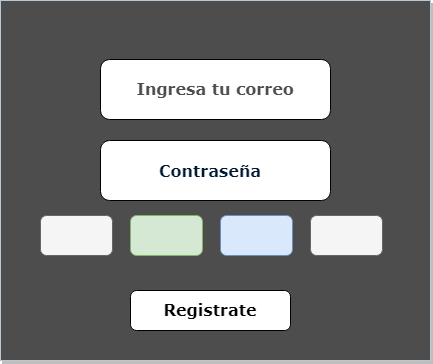
Sir-Ryu/Grupo-3 keeps this draw.io diagram as wireframe/login_DH_Venture_Capitals.png. Above is the earlier version. Source tidied: cells renumbered, new cells last; positions are measured from the earlier drawing's top-left corner, leaving out a move shared by most shapes.
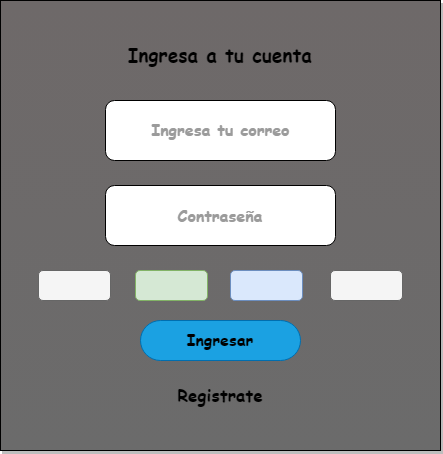
The same file after the commit.

What changed in the source:
```diff
@@ -2,20 +2,20 @@
   <root>
     <mxCell id="0" />
     <mxCell id="1" parent="0" />
-    <mxCell id="2" style="rounded=0;whiteSpace=wrap;html=1;fontSize=16;labelBackgroundColor=none;fillColor=#4D4D4D;strokeColor=#BAC8D3;fontColor=#EEEEEE;glass=0;shadow=1;" parent="1" vertex="1">
-      <mxGeometry width="430" height="360" as="geometry" />
+    <mxCell id="2" style="rounded=0;whiteSpace=wrap;html=1;fontSize=16;labelBackgroundColor=none;fillColor=#6b6b6b;strokeColor=default;fontColor=#EEEEEE;glass=0;shadow=1;gradientColor=#6E6969;gradientDirection=north;" parent="1" vertex="1">
+      <mxGeometry width="440" height="450" as="geometry" />
     </mxCell>
     <mxCell id="3" style="rounded=1;whiteSpace=wrap;html=1;fontSize=16;labelBackgroundColor=none;fillColor=#f5f5f5;fontColor=#333333;strokeColor=#666666;" parent="1" vertex="1">
-      <mxGeometry x="40" y="215" width="72" height="40" as="geometry" />
+      <mxGeometry x="38" y="270" width="72" height="30" as="geometry" />
     </mxCell>
     <mxCell id="4" style="rounded=1;whiteSpace=wrap;html=1;fontSize=16;labelBackgroundColor=none;fillColor=#d5e8d4;strokeColor=#82b366;" parent="1" vertex="1">
-      <mxGeometry x="130" y="215" width="72" height="40" as="geometry" />
+      <mxGeometry x="135" y="270" width="72" height="30" as="geometry" />
     </mxCell>
     <mxCell id="5" style="rounded=1;whiteSpace=wrap;html=1;fontSize=16;labelBackgroundColor=none;fillColor=#dae8fc;strokeColor=#6c8ebf;" parent="1" vertex="1">
-      <mxGeometry x="220" y="215" width="72" height="40" as="geometry" />
+      <mxGeometry x="230" y="270" width="72" height="30" as="geometry" />
     </mxCell>
     <mxCell id="6" style="rounded=1;whiteSpace=wrap;html=1;fontSize=16;labelBackgroundColor=none;fillColor=#f5f5f5;fontColor=#333333;strokeColor=#666666;" parent="1" vertex="1">
-      <mxGeometry x="310" y="215" width="72" height="40" as="geometry" />
+      <mxGeometry x="330" y="270" width="72" height="30" as="geometry" />
     </mxCell>
     <mxCell id="7" style="edgeStyle=none;curved=1;rounded=0;orthogonalLoop=1;jettySize=auto;html=1;exitX=0.5;exitY=0;exitDx=0;exitDy=0;fontSize=12;startSize=8;endSize=8;labelBackgroundColor=none;strokeColor=#0B4D6A;fontColor=default;" parent="1" edge="1">
       <mxGeometry relative="1" as="geometry">
@@ -24,19 +24,25 @@
       </mxGeometry>
     </mxCell>
     <mxCell id="8" style="rounded=1;whiteSpace=wrap;html=1;fontSize=16;fontFamily=Georgia;" parent="1" vertex="1">
-      <mxGeometry x="100" y="59" width="230" height="60" as="geometry" />
+      <mxGeometry x="105" y="100" width="230" height="60" as="geometry" />
     </mxCell>
     <mxCell id="9" style="rounded=1;whiteSpace=wrap;html=1;fontSize=16;" parent="1" vertex="1">
-      <mxGeometry x="100" y="140" width="230" height="60" as="geometry" />
+      <mxGeometry x="105" y="185" width="230" height="60" as="geometry" />
     </mxCell>
-    <mxCell id="10" value="&lt;font face=&quot;Verdana&quot;&gt;Ingresa tu correo&lt;/font&gt;" style="text;strokeColor=none;fillColor=none;html=1;align=center;verticalAlign=middle;whiteSpace=wrap;rounded=0;fontSize=16;fontColor=#4D4D4D;fontStyle=1;" parent="1" vertex="1">
-      <mxGeometry x="110" y="74" width="210" height="30" as="geometry" />
+    <mxCell id="10" value="&lt;font face=&quot;Comic Sans MS&quot;&gt;Ingresa tu correo&lt;/font&gt;" style="text;strokeColor=none;fillColor=none;html=1;align=center;verticalAlign=middle;rounded=0;fontSize=16;fontColor=#9b9b9b;fontStyle=1;labelBorderColor=none;labelBackgroundColor=default;" parent="1" vertex="1">
+      <mxGeometry x="115" y="115" width="210" height="30" as="geometry" />
     </mxCell>
-    <mxCell id="11" value="&lt;font color=&quot;#001933&quot;&gt;Contraseña&lt;/font&gt;" style="text;strokeColor=none;fillColor=none;html=1;align=center;verticalAlign=middle;whiteSpace=wrap;rounded=0;fontSize=16;fontColor=#EEEEEE;fontFamily=Verdana;fontStyle=1;" parent="1" vertex="1">
-      <mxGeometry x="130" y="155" width="160" height="30" as="geometry" />
+    <mxCell id="11" value="&lt;font face=&quot;Comic Sans MS&quot;&gt;Contraseña&lt;/font&gt;" style="text;strokeColor=none;fillColor=none;html=1;align=center;verticalAlign=middle;whiteSpace=wrap;rounded=0;fontSize=16;fontColor=#9b9b9b;fontFamily=Verdana;fontStyle=1;" parent="1" vertex="1">
+      <mxGeometry x="140" y="200" width="160" height="30" as="geometry" />
     </mxCell>
-    <mxCell id="12" value="&lt;font face=&quot;Verdana&quot;&gt;&lt;b&gt;Registrate&lt;/b&gt;&lt;/font&gt;" style="rounded=1;whiteSpace=wrap;html=1;fontSize=16;" parent="1" vertex="1">
-      <mxGeometry x="130" y="290" width="160" height="40" as="geometry" />
+    <mxCell id="12" value="&lt;b style=&quot;&quot;&gt;&lt;font face=&quot;Comic Sans MS&quot;&gt;Ingresar&lt;/font&gt;&lt;/b&gt;" style="rounded=1;whiteSpace=wrap;html=1;fontSize=16;strokeColor=#006EAF;labelBackgroundColor=none;labelBorderColor=none;arcSize=50;fillColor=#1ba1e2;fontColor=default;" parent="1" vertex="1">
+      <mxGeometry x="140" y="320" width="160" height="40" as="geometry" />
     </mxCell>
+    <mxCell id="13" value="&lt;b&gt;&lt;font face=&quot;Comic Sans MS&quot; style=&quot;font-size: 19px;&quot;&gt;Ingresa a tu cuenta&lt;/font&gt;&lt;/b&gt;" style="text;html=1;align=center;verticalAlign=middle;whiteSpace=wrap;rounded=0;fontSize=16;" parent="1" vertex="1">
+      <mxGeometry x="70" y="30" width="300" height="50" as="geometry" />
+    </mxCell>
+    <mxCell id="14" value="&lt;b&gt;&lt;font face=&quot;Comic Sans MS&quot; style=&quot;font-size: 17px;&quot;&gt;Registrate&lt;/font&gt;&lt;/b&gt;" style="text;strokeColor=none;fillColor=none;html=1;align=center;verticalAlign=middle;whiteSpace=wrap;rounded=0;fontSize=16;" parent="1" vertex="1">
+      <mxGeometry x="75" y="380" width="290" height="30" as="geometry" />
+    </mxCell>
   </root>
 </mxGraphModel>
```
